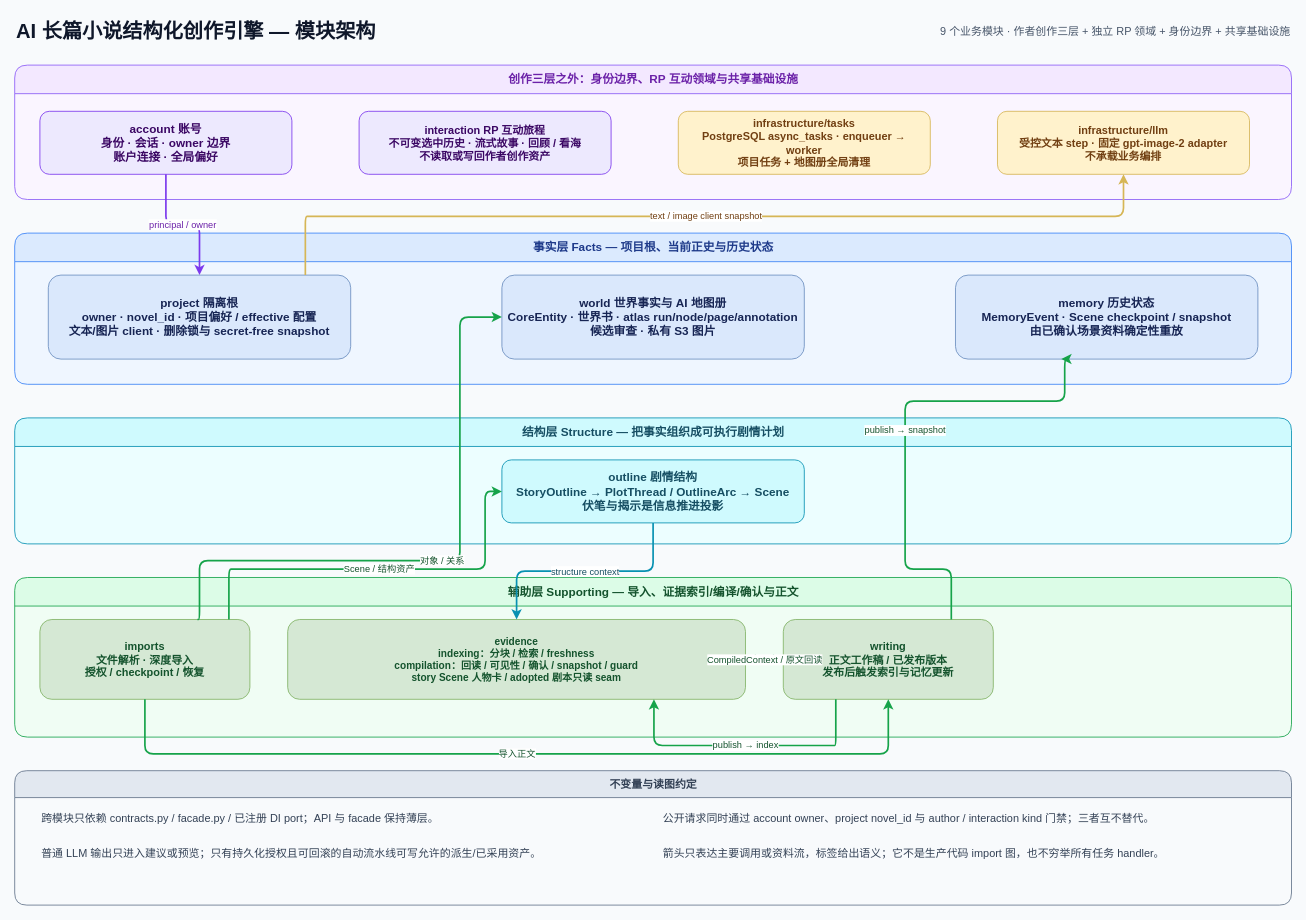
The draw.io diagram docs/architecture/module-architecture.drawio in FengHuoLinShan/ai-writing-assist, before the edit. Source tidied: cells renumbered, new cells numbered last; positions are measured from the earlier drawing's top-left corner, leaving out a move shared by most shapes. Both pictures are drawn from the tidied source at 84%, with x=0, y=0 at pixel (14, 14).
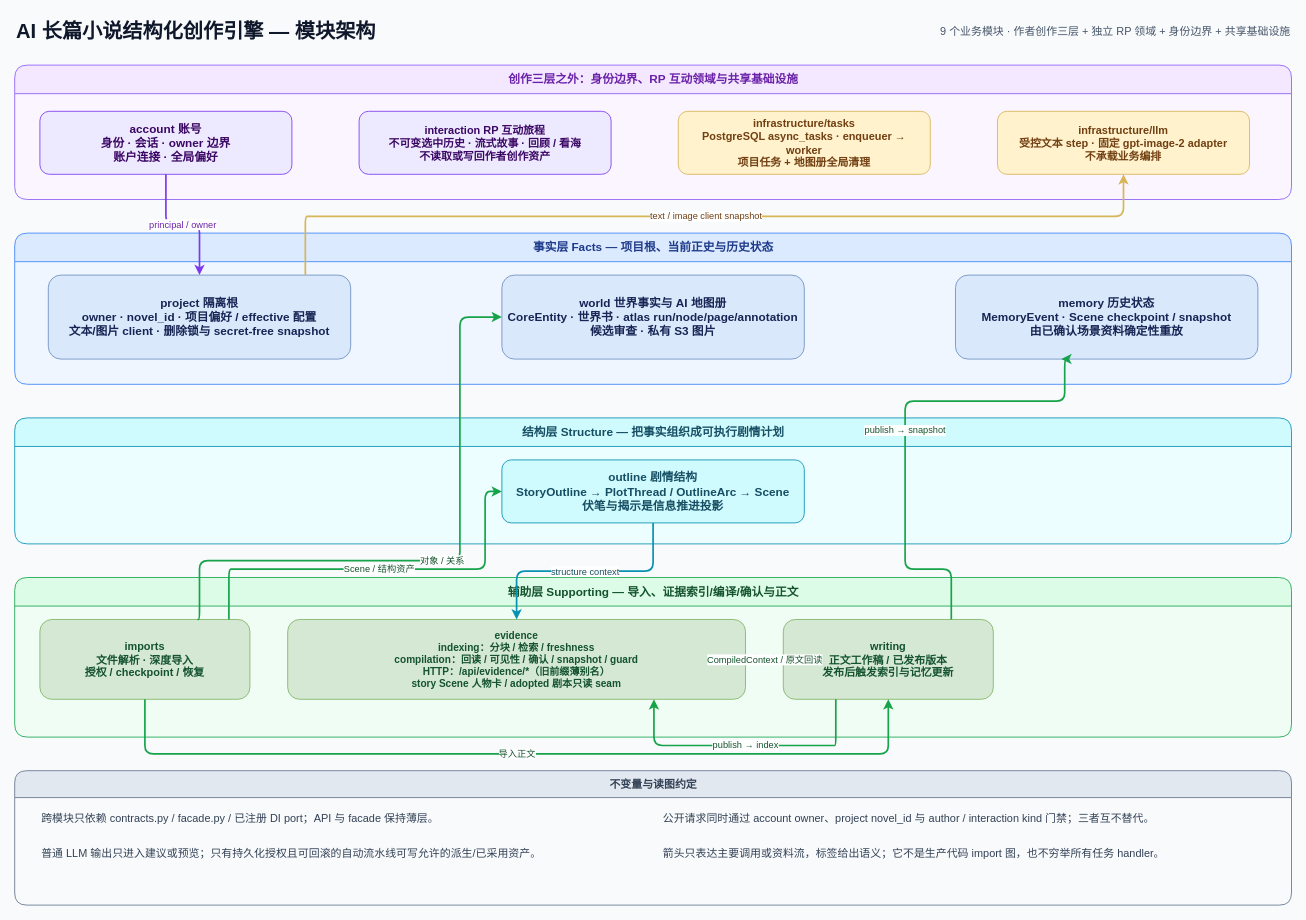
The same diagram, later.

The change refers to these unchanged cells:
```xml
<mxCell id="15" value="辅助层 Supporting — 导入、证据索引/编译/确认与正文" style="swimlane;startSize=34;horizontal=1;rounded=1;html=1;fillColor=#dcfce7;swimlaneFillColor=#f0fdf4;strokeColor=#16a34a;fontColor=#14532d;fontSize=14;fontStyle=1;" parent="1" vertex="1">
  <mxGeometry y="670" width="1520" height="190" as="geometry" />
</mxCell>
```

Change to the diagram source:
```diff
@@
-    <mxCell id="17" value="evidence&#10;indexing：分块 / 检索 / freshness&#10;compilation：回读 / 可见性 / 确认 / snapshot / guard&#10;story Scene 人物卡 / adopted 剧本只读 seam" style="rounded=1;whiteSpace=wrap;html=1;fillColor=#d5e8d4;strokeColor=#82b366;fontColor=#14532d;fontSize=12;fontStyle=1;spacing=8;" parent="15" vertex="1">
+    <mxCell id="17" value="evidence&#10;indexing：分块 / 检索 / freshness&#10;compilation：回读 / 可见性 / 确认 / snapshot / guard&#10;HTTP：/api/evidence/*（旧前缀薄别名）&#10;story Scene 人物卡 / adopted 剧本只读 seam" style="rounded=1;whiteSpace=wrap;html=1;fillColor=#d5e8d4;strokeColor=#82b366;fontColor=#14532d;fontSize=12;fontStyle=1;spacing=8;" parent="15" vertex="1">
       <mxGeometry x="325" y="50" width="545" height="95" as="geometry" />
     </mxCell>
```
